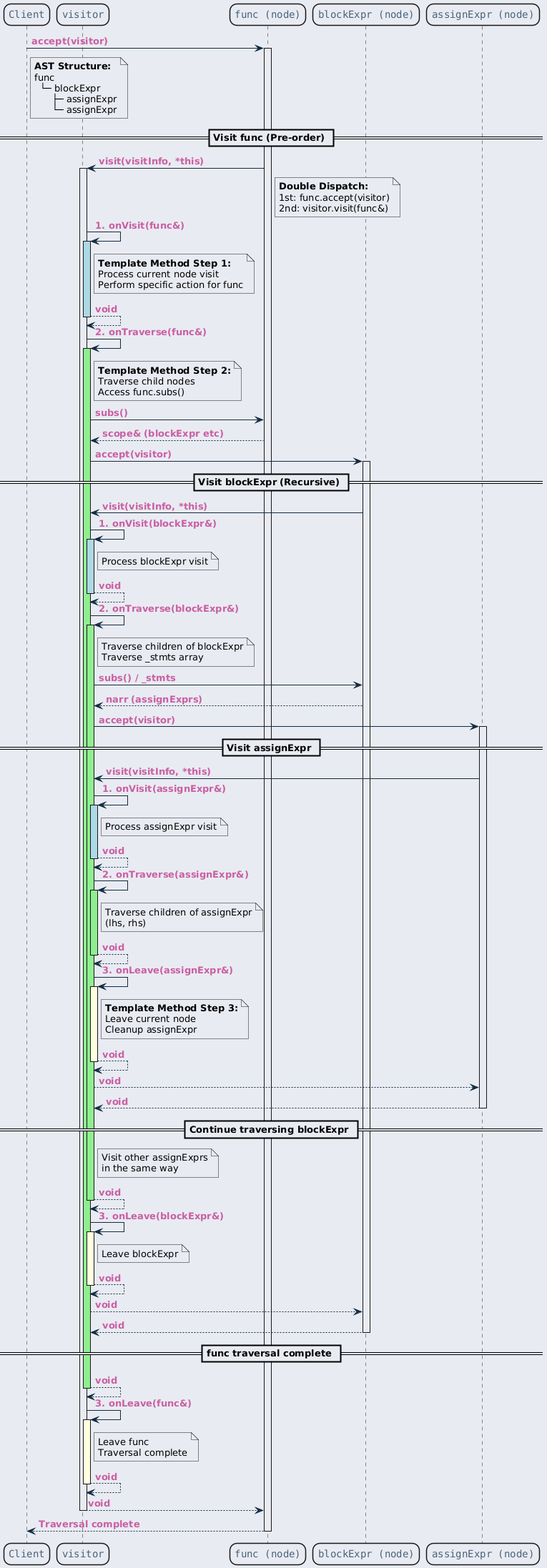
The PlantUML diagram ref/generated/ko/inline_umlgraph_32.png in byeolang/website, before a commit. Source of this version:
```plantuml
@startuml inline_umlgraph_32.png
<style>
  root {
    BackGroundColor: #E9EBF2;
  }
  class, node, object, participant, actor, boundary, control, entity, database, collections, queue {
    LineThickness: 1.5;
    HorizontalAlignment center;
    FontColor: #47637b;
    FontSize: 14;
    FontName: "Courier";
    RoundCorner: 20;
  }
  arrow {
    LineColor: #112a40;
    FontColor: #ca5fa4;
    FontStyle: "bold"
  }
  visibilityIcon {
    protected {
      LineColor DarkGoldenRod
      BackgroundColor DarkGoldenRod
    }
}
</style>
participant "Client" as client
participant "visitor" as visitor
participant "func (node)" as func
participant "blockExpr (node)" as block
participant "assignExpr (node)" as assign

client -> func : accept(visitor)
activate func

note right of client
  <b>AST Structure:</b>
  func
    └─ blockExpr
        ├─ assignExpr
        └─ assignExpr
end note

== Visit func (Pre-order) ==

func -> visitor : visit(visitInfo, *this)
activate visitor

note right of func
  <b>Double Dispatch:</b>
  1st: func.accept(visitor)
  2nd: visitor.visit(func&)
end note

visitor -> visitor : 1. onVisit(func&)
activate visitor #lightblue

note right of visitor
  <b>Template Method Step 1:</b>
  Process current node visit
  Perform specific action for func
end note

visitor --> visitor : void
deactivate visitor

visitor -> visitor : 2. onTraverse(func&)
activate visitor #lightgreen

note right of visitor
  <b>Template Method Step 2:</b>
  Traverse child nodes
  Access func.subs()
end note

visitor -> func : subs()
func --> visitor : scope& (blockExpr etc)

visitor -> block : accept(visitor)
activate block

== Visit blockExpr (Recursive) ==

block -> visitor : visit(visitInfo, *this)

visitor -> visitor : 1. onVisit(blockExpr&)
activate visitor #lightblue

note right of visitor
  Process blockExpr visit
end note

visitor --> visitor : void
deactivate visitor

visitor -> visitor : 2. onTraverse(blockExpr&)
activate visitor #lightgreen

note right of visitor
  Traverse children of blockExpr
  Traverse _stmts array
end note

visitor -> block : subs() / _stmts
block --> visitor : narr (assignExprs)

visitor -> assign : accept(visitor)
activate assign

== Visit assignExpr ==

assign -> visitor : visit(visitInfo, *this)

visitor -> visitor : 1. onVisit(assignExpr&)
activate visitor #lightblue

note right of visitor
  Process assignExpr visit
end note

visitor --> visitor : void
deactivate visitor

visitor -> visitor : 2. onTraverse(assignExpr&)
activate visitor #lightgreen

note right of visitor
  Traverse children of assignExpr
  (lhs, rhs)
end note

visitor --> visitor : void
deactivate visitor

visitor -> visitor : 3. onLeave(assignExpr&)
activate visitor #lightyellow

note right of visitor
  <b>Template Method Step 3:</b>
  Leave current node
  Cleanup assignExpr
end note

visitor --> visitor : void
deactivate visitor

visitor --> assign : void
assign --> visitor : void
deactivate assign

== Continue traversing blockExpr ==

note right of visitor
  Visit other assignExprs
  in the same way
end note

visitor --> visitor : void
deactivate visitor

visitor -> visitor : 3. onLeave(blockExpr&)
activate visitor #lightyellow

note right of visitor
  Leave blockExpr
end note

visitor --> visitor : void
deactivate visitor

visitor --> block : void
block --> visitor : void
deactivate block

== func traversal complete ==

visitor --> visitor : void
deactivate visitor

visitor -> visitor : 3. onLeave(func&)
activate visitor #lightyellow

note right of visitor
  Leave func
  Traversal complete
end note

visitor --> visitor : void
deactivate visitor

visitor --> func : void
deactivate visitor

func --> client : Traversal complete
deactivate func
@enduml
```
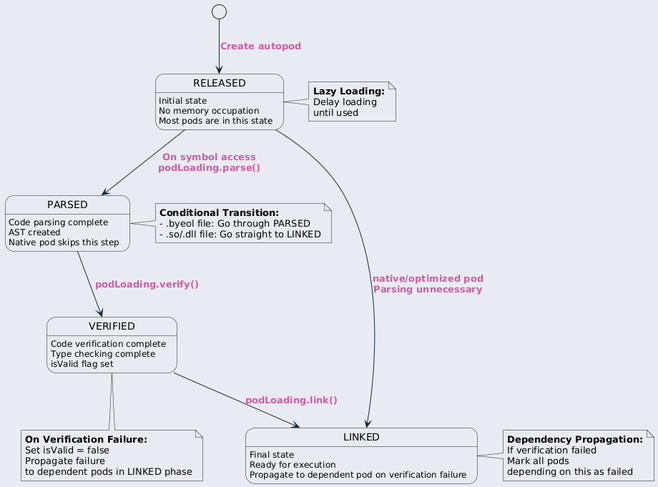
After the commit.

What changed in the source:
```diff
@@ -23,173 +23,62 @@
     }
 }
 </style>
-participant "Client" as client
-participant "visitor" as visitor
-participant "func (node)" as func
-participant "blockExpr (node)" as block
-participant "assignExpr (node)" as assign
+[*] --> RELEASED : Create autopod
 
-client -> func : accept(visitor)
-activate func
+state RELEASED {
+    RELEASED : Initial state
+    RELEASED : No memory occupation
+    RELEASED : Most pods are in this state
+}
 
-note right of client
-  <b>AST Structure:</b>
-  func
-    └─ blockExpr
-        ├─ assignExpr
-        └─ assignExpr
+state PARSED {
+    PARSED : Code parsing complete
+    PARSED : AST created
+    PARSED : Native pod skips this step
+}
+
+state VERIFIED {
+    VERIFIED : Code verification complete
+    VERIFIED : Type checking complete
+    VERIFIED : isValid flag set
+}
+
+state LINKED {
+    LINKED : Final state
+    LINKED : Ready for execution
+    LINKED : Propagate to dependent pod on verification failure
+}
+
+RELEASED --> PARSED : On symbol access\npodLoading.parse()
+RELEASED --> LINKED : native/optimized pod\nParsing unnecessary
+
+PARSED --> VERIFIED : podLoading.verify()
+
+VERIFIED --> LINKED : podLoading.link()
+
+note right of RELEASED
+  <b>Lazy Loading:</b>
+  Delay loading
+  until used
 end note
 
-== Visit func (Pre-order) ==
-
-func -> visitor : visit(visitInfo, *this)
-activate visitor
-
-note right of func
-  <b>Double Dispatch:</b>
-  1st: func.accept(visitor)
-  2nd: visitor.visit(func&)
+note right of PARSED
+  <b>Conditional Transition:</b>
+  - .byeol file: Go through PARSED
+  - .so/.dll file: Go straight to LINKED
 end note
 
-visitor -> visitor : 1. onVisit(func&)
-activate visitor #lightblue
-
-note right of visitor
-  <b>Template Method Step 1:</b>
-  Process current node visit
-  Perform specific action for func
+note bottom of VERIFIED
+  <b>On Verification Failure:</b>
+  Set isValid = false
+  Propagate failure
+  to dependent pods in LINKED phase
 end note
 
-visitor --> visitor : void
-deactivate visitor
-
-visitor -> visitor : 2. onTraverse(func&)
-activate visitor #lightgreen
-
-note right of visitor
-  <b>Template Method Step 2:</b>
-  Traverse child nodes
-  Access func.subs()
+note right of LINKED
+  <b>Dependency Propagation:</b>
+  If verification failed
+  Mark all pods
+  depending on this as failed
 end note
-
-visitor -> func : subs()
-func --> visitor : scope& (blockExpr etc)
-
-visitor -> block : accept(visitor)
-activate block
-
-== Visit blockExpr (Recursive) ==
-
-block -> visitor : visit(visitInfo, *this)
-
-visitor -> visitor : 1. onVisit(blockExpr&)
-activate visitor #lightblue
-
-note right of visitor
-  Process blockExpr visit
-end note
-
-visitor --> visitor : void
-deactivate visitor
-
-visitor -> visitor : 2. onTraverse(blockExpr&)
-activate visitor #lightgreen
-
-note right of visitor
-  Traverse children of blockExpr
-  Traverse _stmts array
-end note
-
-visitor -> block : subs() / _stmts
-block --> visitor : narr (assignExprs)
-
-visitor -> assign : accept(visitor)
-activate assign
-
-== Visit assignExpr ==
-
-assign -> visitor : visit(visitInfo, *this)
-
-visitor -> visitor : 1. onVisit(assignExpr&)
-activate visitor #lightblue
-
-note right of visitor
-  Process assignExpr visit
-end note
-
-visitor --> visitor : void
-deactivate visitor
-
-visitor -> visitor : 2. onTraverse(assignExpr&)
-activate visitor #lightgreen
-
-note right of visitor
-  Traverse children of assignExpr
-  (lhs, rhs)
-end note
-
-visitor --> visitor : void
-deactivate visitor
-
-visitor -> visitor : 3. onLeave(assignExpr&)
-activate visitor #lightyellow
-
-note right of visitor
-  <b>Template Method Step 3:</b>
-  Leave current node
-  Cleanup assignExpr
-end note
-
-visitor --> visitor : void
-deactivate visitor
-
-visitor --> assign : void
-assign --> visitor : void
-deactivate assign
-
-== Continue traversing blockExpr ==
-
-note right of visitor
-  Visit other assignExprs
-  in the same way
-end note
-
-visitor --> visitor : void
-deactivate visitor
-
-visitor -> visitor : 3. onLeave(blockExpr&)
-activate visitor #lightyellow
-
-note right of visitor
-  Leave blockExpr
-end note
-
-visitor --> visitor : void
-deactivate visitor
-
-visitor --> block : void
-block --> visitor : void
-deactivate block
-
-== func traversal complete ==
-
-visitor --> visitor : void
-deactivate visitor
-
-visitor -> visitor : 3. onLeave(func&)
-activate visitor #lightyellow
-
-note right of visitor
-  Leave func
-  Traversal complete
-end note
-
-visitor --> visitor : void
-deactivate visitor
-
-visitor --> func : void
-deactivate visitor
-
-func --> client : Traversal complete
-deactivate func
 @enduml
```
